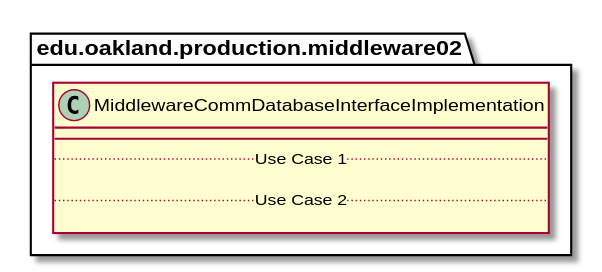
Above: docs/uml-class-diagrams/middleware02/production/MiddlewareCommDatabaseInterfaceImplementation/MiddlewareCommDatabaseInterfaceImplementation.svg in elilley15/csi-3370-software-project (PlantUML), before the change.
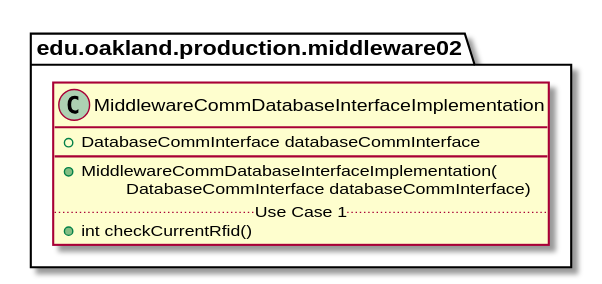
Later version of the same file.

Change to the diagram source:
```diff
@@ -2,11 +2,12 @@
 
 package edu.oakland.production.middleware02 {
     class MiddlewareCommDatabaseInterfaceImplementation {
+        + DatabaseCommInterface databaseCommInterface
         __
+        + MiddlewareCommDatabaseInterfaceImplementation(
+        \tDatabaseCommInterface databaseCommInterface)
         .. Use Case 1 ..
-
-        .. Use Case 2 ..
-
+        + int checkCurrentRfid()
     }
 }
 
```
